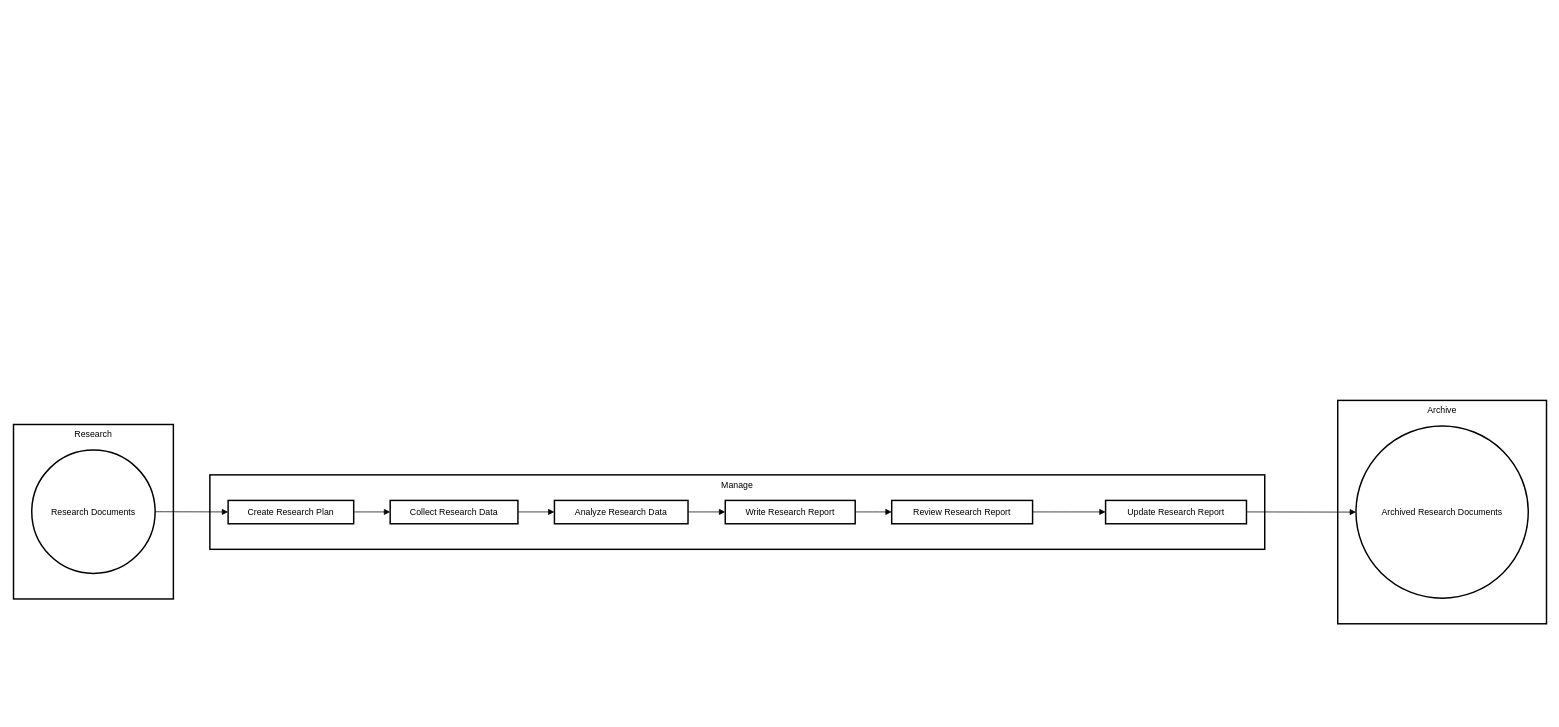
Before: Untitled Diagram.drawio in martinhansell/theology, a draw.io diagram. Source tidied: cells renumbered, new cells numbered last; positions are measured from the earlier drawing's top-left corner, leaving out a move shared by most shapes. Both pictures are drawn from the tidied source at 73%, with x=0, y=0 at pixel (13, 400).
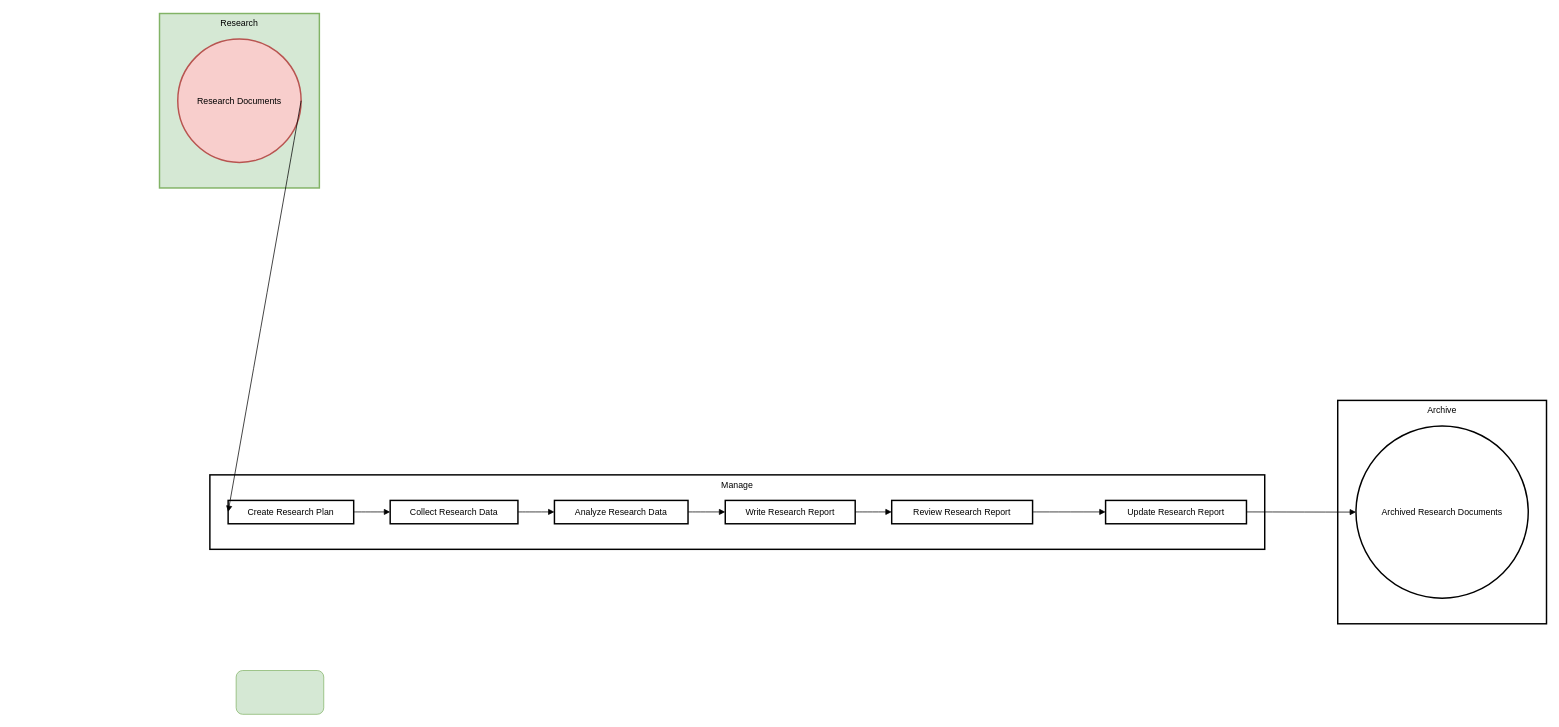
The same page after the edit.

What changed in the source:
```diff
@@
-    <mxCell id="11" value="Research" style="whiteSpace=wrap;strokeWidth=2;verticalAlign=top;" parent="1" vertex="1">
-      <mxGeometry y="33" width="219" height="239" as="geometry" />
+    <mxCell id="11" value="Research" style="whiteSpace=wrap;strokeWidth=2;verticalAlign=top;fillColor=#d5e8d4;strokeColor=#82b366;" parent="1" vertex="1">
+      <mxGeometry x="200" y="-530" width="219" height="239" as="geometry" />
     </mxCell>
-    <mxCell id="12" value="Research Documents" style="ellipse;strokeWidth=2;whiteSpace=wrap;" parent="1" vertex="1">
-      <mxGeometry x="25" y="68" width="169" height="169" as="geometry" />
+    <mxCell id="12" value="Research Documents" style="ellipse;strokeWidth=2;whiteSpace=wrap;fillColor=#f8cecc;strokeColor=#b85450;" parent="1" vertex="1">
+      <mxGeometry x="225" y="-495" width="169" height="169" as="geometry" />
     </mxCell>
@@
+    <mxCell id="20" style="rounded=1;whiteSpace=wrap;html=1;fillColor=#d5e8d4;strokeColor=#82b366;" parent="1" vertex="1">
+      <mxGeometry x="305" y="370" width="120" height="60" as="geometry" />
+    </mxCell>
```
